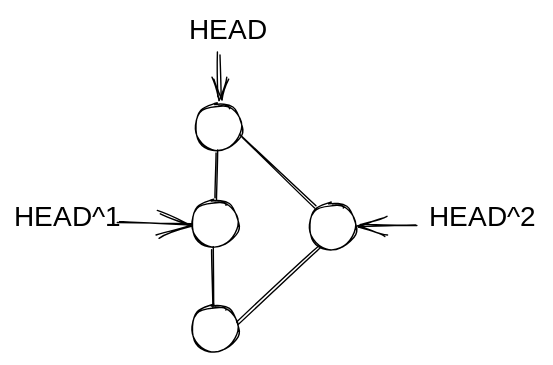
Above: techreference/.gitbook/assets/file.excalidraw (1).svg in biggiebk/pub-git-books (Excalidraw), before the change. Source tidied: one line per element, renumbered; positions are measured from the earlier drawing's top-left corner, leaving out a move shared by most shapes.
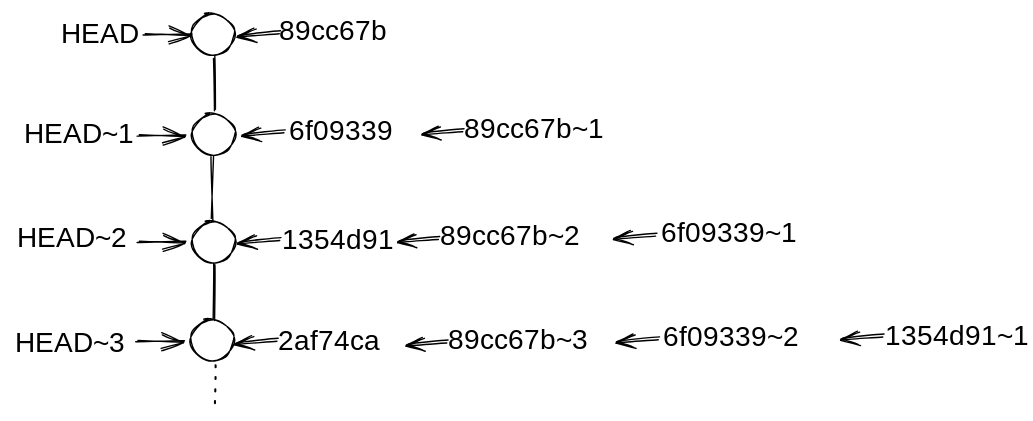
After the change.

What changed in the source:
```diff
@@ -1,14 +1,36 @@
-{"id": 0, "type": "ellipse", "strokeColor": "#000000", "strokeWidth": 1, "roughness": 1, "round": true, "x": 130, "y": 65, "width": 33, "height": 32}
-{"id": 1, "type": "ellipse", "strokeColor": "#000000", "strokeWidth": 1, "roughness": 1, "round": true, "x": 128, "y": 134, "width": 33, "height": 32}
-{"id": 2, "type": "ellipse", "strokeColor": "#000000", "strokeWidth": 1, "roughness": 1, "round": true, "x": 212, "y": 136, "width": 33, "height": 32}
-{"id": 3, "type": "ellipse", "strokeColor": "#000000", "strokeWidth": 1, "roughness": 1, "round": true, "x": 128, "y": 209, "width": 33, "height": 32}
-{"id": 4, "type": "line", "strokeColor": "#000000", "strokeWidth": 1, "roughness": 1, "round": true, "x": 145, "y": 98, "width": 0, "height": 34, "points": [[0, 0], [0, 34]]}
-{"id": 5, "type": "line", "strokeColor": "#000000", "strokeWidth": 1, "roughness": 1, "round": true, "x": 142, "y": 167, "width": 0, "height": 42, "points": [[0, 0], [0, 42]]}
-{"id": 6, "type": "line", "strokeColor": "#000000", "strokeWidth": 1, "roughness": 1, "round": true, "x": 162, "y": 87, "width": 54, "height": 50, "points": [[0, 0], [54, 50]]}
-{"id": 7, "type": "line", "strokeColor": "#000000", "strokeWidth": 1, "roughness": 1, "round": true, "x": 219, "y": 167, "width": 59, "height": 55, "points": [[0, 0], [-59, 55]]}
+{"id": 14, "type": "ellipse", "strokeColor": "#000000", "strokeWidth": 1, "roughness": 1, "round": true, "x": 218, "y": -3, "width": 31, "height": 29}
+{"id": 15, "type": "ellipse", "strokeColor": "#000000", "strokeWidth": 1, "roughness": 1, "round": true, "x": 218, "y": 68, "width": 31, "height": 29}
+{"id": 16, "type": "ellipse", "strokeColor": "#000000", "strokeWidth": 1, "roughness": 1, "round": true, "x": 218, "y": 146, "width": 31, "height": 29}
+{"id": 17, "type": "ellipse", "strokeColor": "#000000", "strokeWidth": 1, "roughness": 1, "round": true, "x": 218, "y": 216, "width": 31, "height": 29}
+{"id": 18, "type": "line", "strokeColor": "#000000", "strokeWidth": 1, "roughness": 1, "round": true, "x": 234, "y": 28, "width": 1, "height": 38, "points": [[0, 0], [1, 38]]}
+{"id": 19, "type": "line", "strokeColor": "#000000", "strokeWidth": 1, "roughness": 1, "round": true, "x": 233, "y": 98, "width": 1, "height": 47, "points": [[0, 0], [1, 47]]}
+{"id": 20, "type": "line", "strokeColor": "#000000", "strokeWidth": 1, "roughness": 1, "round": true, "x": 234, "y": 176, "width": 1, "height": 39, "points": [[0, 0], [1, 39]]}
+{"id": 21, "type": "line", "strokeColor": "#000000", "strokeWidth": 1, "strokeStyle": "dotted", "roughness": 1, "round": true, "x": 235, "y": 247, "width": 1, "height": 31, "points": [[0, 0], [-1, 31]]}
+{"id": 22, "type": "text", "text": "89cc67b", "strokeColor": "#000000", "strokeWidth": 1, "strokeStyle": "dotted", "roughness": 1, "fontSize": 20, "fontFamily": 1, "x": 281, "y": -2, "width": 81, "height": 25}
+{"id": 23, "type": "text", "text": "6f09339", "strokeColor": "#000000", "strokeWidth": 1, "strokeStyle": "dotted", "roughness": 1, "fontSize": 20, "fontFamily": 1, "x": 288, "y": 69, "width": 88, "height": 25}
+{"id": 24, "type": "text", "text": "1354d91", "strokeColor": "#000000", "strokeWidth": 1, "strokeStyle": "dotted", "roughness": 1, "fontSize": 20, "fontFamily": 1, "x": 283, "y": 147, "width": 73, "height": 25}
+{"id": 25, "type": "text", "text": "2af74ca", "strokeColor": "#000000", "strokeWidth": 1, "strokeStyle": "dotted", "roughness": 1, "fontSize": 20, "fontFamily": 1, "x": 280, "y": 219, "width": 84, "height": 25}
+{"id": 26, "type": "arrow", "strokeColor": "#000000", "strokeWidth": 1, "roughness": 1, "endArrowhead": "arrow", "round": true, "from": 22, "to": 14, "x": 281, "y": 10, "width": 28, "height": 3, "points": [[0, 0], [-28, 3]]}
+{"id": 27, "type": "arrow", "strokeColor": "#000000", "strokeWidth": 1, "roughness": 1, "endArrowhead": "arrow", "round": true, "from": 23, "to": 15, "x": 284, "y": 81, "width": 28, "height": 3, "points": [[0, 0], [-28, 3]]}
+{"id": 28, "type": "arrow", "strokeColor": "#000000", "strokeWidth": 1, "roughness": 1, "endArrowhead": "arrow", "round": true, "from": 24, "to": 16, "x": 281, "y": 158, "width": 28, "height": 3, "points": [[0, 0], [-28, 3]]}
+{"id": 29, "type": "arrow", "strokeColor": "#000000", "strokeWidth": 1, "roughness": 1, "endArrowhead": "arrow", "round": true, "from": 25, "to": 17, "x": 279, "y": 230, "width": 28, "height": 3, "points": [[0, 0], [-28, 3]]}
 {"id": 8, "type": "text", "text": "HEAD", "strokeColor": "#000000", "strokeWidth": 1, "roughness": 1, "fontSize": 20, "fontFamily": 1, "x": 125, "y": 0, "width": 53, "height": 25}
-{"id": 9, "type": "text", "text": "HEAD^1", "strokeColor": "#000000", "strokeWidth": 1, "roughness": 1, "fontSize": 20, "fontFamily": 1, "x": 0, "y": 134, "width": 70, "height": 25}
-{"id": 10, "type": "text", "text": "HEAD^2", "strokeColor": "#000000", "strokeWidth": 1, "roughness": 1, "fontSize": 20, "fontFamily": 1, "x": 297, "y": 134, "width": 78, "height": 25}
-{"id": 11, "type": "arrow", "strokeColor": "#000000", "strokeWidth": 1, "roughness": 1, "endArrowhead": "arrow", "round": true, "from": 8, "to": 0, "x": 146, "y": 28, "width": 0, "height": 31, "points": [[0, 0], [0, 31]]}
-{"id": 12, "type": "arrow", "strokeColor": "#000000", "strokeWidth": 1, "roughness": 1, "endArrowhead": "arrow", "round": true, "from": 10, "to": 2, "x": 287, "y": 150, "width": 39, "height": 0, "points": [[0, 0], [-39, 0]]}
-{"id": 13, "type": "arrow", "strokeColor": "#000000", "strokeWidth": 1, "roughness": 1, "endArrowhead": "arrow", "round": true, "from": 9, "to": 1, "x": 75, "y": 148, "width": 51, "height": 3, "points": [[0, 0], [51, 3]]}
+{"id": 30, "type": "text", "text": "HEAD~1", "strokeColor": "#000000", "strokeWidth": 1, "roughness": 1, "fontSize": 20, "fontFamily": 1, "x": 98, "y": 71, "width": 75, "height": 25}
+{"id": 31, "type": "text", "text": "HEAD~3", "strokeColor": "#000000", "strokeWidth": 1, "roughness": 1, "fontSize": 20, "fontFamily": 1, "x": 92, "y": 220, "width": 84, "height": 25}
+{"id": 32, "type": "text", "text": "HEAD~2", "strokeColor": "#000000", "strokeWidth": 1, "roughness": 1, "fontSize": 20, "fontFamily": 1, "x": 94, "y": 145, "width": 84, "height": 25}
+{"id": 33, "type": "arrow", "strokeColor": "#000000", "strokeWidth": 1, "roughness": 1, "endArrowhead": "arrow", "round": true, "from": 8, "to": 14, "x": 185, "y": 12, "width": 33, "height": 0, "points": [[0, 0], [33, 0]]}
+{"id": 34, "type": "arrow", "strokeColor": "#000000", "strokeWidth": 1, "roughness": 1, "endArrowhead": "arrow", "round": true, "from": 30, "to": 15, "x": 181, "y": 84, "width": 33, "height": 0, "points": [[0, 0], [33, 0]]}
+{"id": 35, "type": "arrow", "strokeColor": "#000000", "strokeWidth": 1, "roughness": 1, "endArrowhead": "arrow", "round": true, "from": 32, "to": 16, "x": 181, "y": 160, "width": 33, "height": 0, "points": [[0, 0], [33, 0]]}
+{"id": 36, "type": "arrow", "strokeColor": "#000000", "strokeWidth": 1, "roughness": 1, "endArrowhead": "arrow", "round": true, "from": 31, "to": 17, "x": 180, "y": 231, "width": 33, "height": 0, "points": [[0, 0], [33, 0]]}
+{"id": 37, "type": "text", "text": "89cc67b~1", "strokeColor": "#000000", "strokeWidth": 1, "strokeStyle": "dotted", "roughness": 1, "fontSize": 20, "fontFamily": 1, "x": 413, "y": 67, "width": 104, "height": 25}
+{"id": 38, "type": "arrow", "strokeColor": "#000000", "strokeWidth": 1, "roughness": 1, "endArrowhead": "arrow", "round": true, "from": 37, "to": 23, "x": 412, "y": 80, "width": 27, "height": 3, "points": [[0, 0], [-27, 3]]}
+{"id": 39, "type": "text", "text": "89cc67b~2", "strokeColor": "#000000", "strokeWidth": 1, "strokeStyle": "dotted", "roughness": 1, "fontSize": 20, "fontFamily": 1, "x": 396, "y": 144, "width": 112, "height": 25}
+{"id": 40, "type": "arrow", "strokeColor": "#000000", "strokeWidth": 1, "roughness": 1, "endArrowhead": "arrow", "round": true, "from": 39, "to": 24, "x": 395, "y": 157, "width": 27, "height": 3, "points": [[0, 0], [-27, 3]]}
+{"id": 41, "type": "text", "text": "89cc67b~3", "strokeColor": "#000000", "strokeWidth": 1, "strokeStyle": "dotted", "roughness": 1, "fontSize": 20, "fontFamily": 1, "x": 402, "y": 218, "width": 112, "height": 25}
+{"id": 42, "type": "arrow", "strokeColor": "#000000", "strokeWidth": 1, "roughness": 1, "endArrowhead": "arrow", "round": true, "from": 41, "to": 25, "x": 401, "y": 231, "width": 27, "height": 3, "points": [[0, 0], [-27, 3]]}
+{"id": 43, "type": "text", "text": "1354d91~1", "strokeColor": "#000000", "strokeWidth": 1, "strokeStyle": "dotted", "roughness": 1, "fontSize": 20, "fontFamily": 1, "x": 714, "y": 215, "width": 95, "height": 25}
+{"id": 44, "type": "arrow", "strokeColor": "#000000", "strokeWidth": 1, "roughness": 1, "endArrowhead": "arrow", "round": true, "from": 43, "to": 47, "x": 712, "y": 227, "width": 28, "height": 3, "points": [[0, 0], [-28, 3]]}
+{"id": 45, "type": "text", "text": "6f09339~1", "strokeColor": "#000000", "strokeWidth": 1, "strokeStyle": "dotted", "roughness": 1, "fontSize": 20, "fontFamily": 1, "x": 554, "y": 142, "width": 110, "height": 25}
+{"id": 46, "type": "arrow", "strokeColor": "#000000", "strokeWidth": 1, "roughness": 1, "endArrowhead": "arrow", "round": true, "from": 45, "to": 39, "x": 550, "y": 155, "width": 28, "height": 3, "points": [[0, 0], [-28, 3]]}
+{"id": 47, "type": "text", "text": "6f09339~2", "strokeColor": "#000000", "strokeWidth": 1, "strokeStyle": "dotted", "roughness": 1, "fontSize": 20, "fontFamily": 1, "x": 556, "y": 216, "width": 119, "height": 25}
+{"id": 48, "type": "arrow", "strokeColor": "#000000", "strokeWidth": 1, "roughness": 1, "endArrowhead": "arrow", "round": true, "from": 47, "to": 41, "x": 552, "y": 229, "width": 28, "height": 3, "points": [[0, 0], [-28, 3]]}
```
